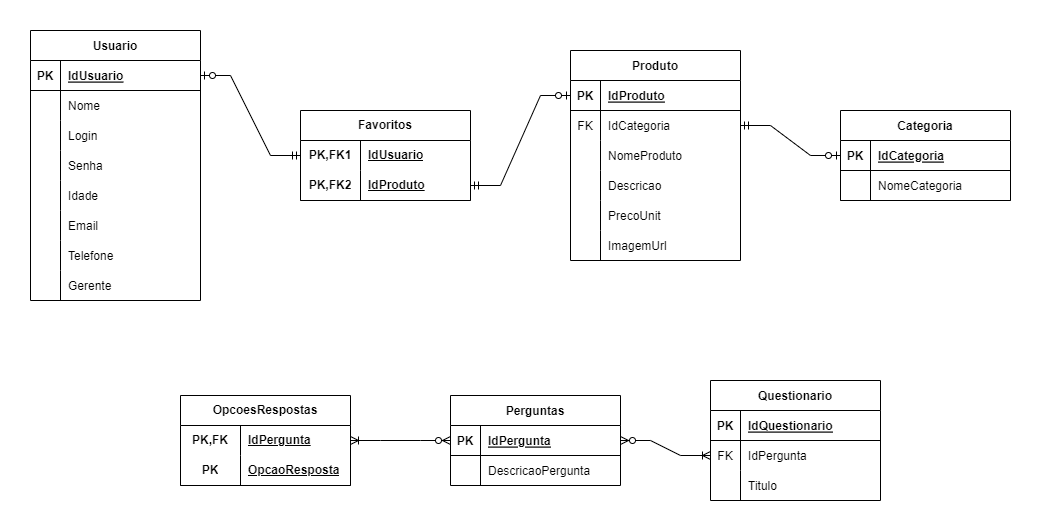
This is docs/img/projeto-base-de-dados.png from ICEI-PUC-Minas-PMV-ADS/pmv-ads-2023-1-e2-proj-int-t1-time2-aro, a draw.io export, as it was before one commit. Source tidied: cells renumbered, new cells last; positions are measured from the earlier drawing's top-left corner, leaving out a move shared by most shapes.
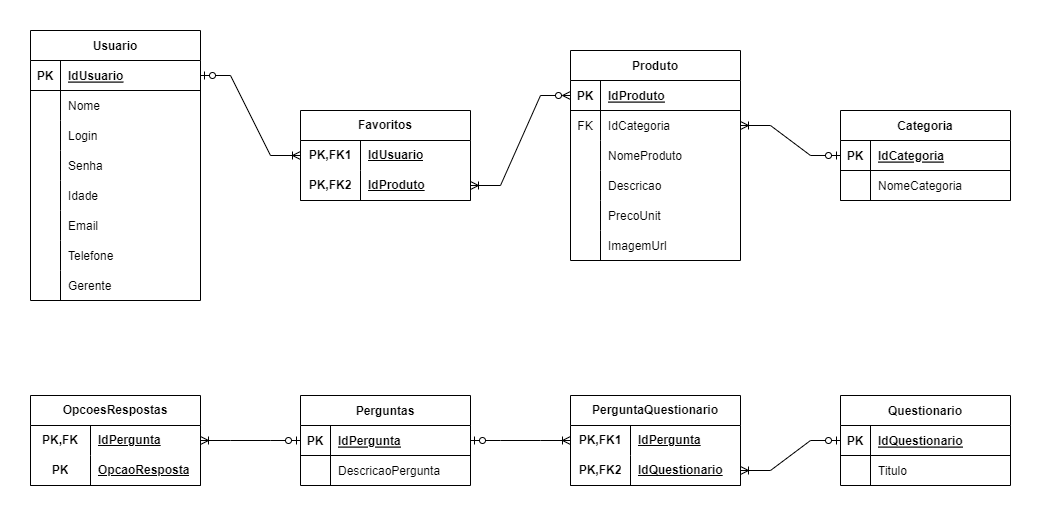
The same diagram one commit later.

Commit message:
ajuste nos diagramas da base de dados

Diff of the diagram source:
```diff
@@ -3,7 +3,7 @@
     <mxCell id="0" />
     <mxCell id="1" parent="0" />
     <mxCell id="2" value="Questionario" style="shape=table;startSize=30;rowLines=0;fontStyle=1;align=center;" parent="1" vertex="1">
-      <mxGeometry x="680" y="350" width="170" height="120" as="geometry" />
+      <mxGeometry x="810" y="365" width="170" height="90" as="geometry" />
     </mxCell>
     <mxCell id="3" style="shape=partialRectangle;fillColor=none;points=[[0,0.5],[1,0.5]];portConstraint=eastwest;top=0;left=0;right=0;bottom=1;" parent="2" vertex="1">
       <mxGeometry y="30" width="170" height="30" as="geometry" />
@@ -14,17 +14,8 @@
     <mxCell id="5" value="IdQuestionario" style="shape=partialRectangle;overflow=hidden;fillColor=none;top=0;left=0;bottom=0;right=0;align=left;spacingLeft=6;fontStyle=5;" parent="3" vertex="1">
       <mxGeometry x="30" width="140" height="30" as="geometry" />
     </mxCell>
-    <mxCell id="6" style="shape=partialRectangle;fillColor=none;points=[[0,0.5],[1,0.5]];portConstraint=eastwest;top=0;left=0;right=0;bottom=0;" parent="2" vertex="1">
-      <mxGeometry y="60" width="170" height="30" as="geometry" />
-    </mxCell>
-    <mxCell id="7" value="FK" style="shape=partialRectangle;overflow=hidden;fillColor=none;top=0;left=0;bottom=0;right=0;" parent="6" vertex="1">
-      <mxGeometry width="30" height="30" as="geometry" />
-    </mxCell>
-    <mxCell id="8" value="IdPergunta" style="shape=partialRectangle;overflow=hidden;fillColor=none;top=0;left=0;bottom=0;right=0;align=left;spacingLeft=6;" parent="6" vertex="1">
-      <mxGeometry x="30" width="140" height="30" as="geometry" />
-    </mxCell>
     <mxCell id="9" style="shape=partialRectangle;fillColor=none;top=0;left=0;right=0;bottom=0;" parent="2" vertex="1">
-      <mxGeometry y="90" width="170" height="30" as="geometry" />
+      <mxGeometry y="60" width="170" height="30" as="geometry" />
     </mxCell>
     <mxCell id="10" style="shape=partialRectangle;overflow=hidden;fillColor=none;top=0;left=0;bottom=0;right=0;" parent="9" vertex="1">
       <mxGeometry width="30" height="30" as="geometry" />
@@ -33,7 +24,7 @@
       <mxGeometry x="30" width="140" height="30" as="geometry" />
     </mxCell>
     <mxCell id="12" value="Perguntas" style="shape=table;startSize=30;rowLines=0;fontStyle=1;align=center;" parent="1" vertex="1">
-      <mxGeometry x="420" y="365" width="170" height="90" as="geometry" />
+      <mxGeometry x="270" y="365" width="170" height="90" as="geometry" />
     </mxCell>
     <mxCell id="13" style="shape=partialRectangle;fillColor=none;points=[[0,0.5],[1,0.5]];portConstraint=eastwest;top=0;left=0;right=0;bottom=1;" parent="12" vertex="1">
       <mxGeometry y="30" width="170" height="30" as="geometry" />
@@ -228,7 +219,7 @@
       <mxGeometry x="60" width="110" height="30" as="geometry" />
     </mxCell>
     <mxCell id="77" value="OpcoesRespostas" style="shape=table;startSize=30;rowLines=0;fontStyle=1;align=center;html=1;whiteSpace=wrap;" parent="1" vertex="1">
-      <mxGeometry x="150" y="365" width="170" height="90" as="geometry" />
+      <mxGeometry y="365" width="170" height="90" as="geometry" />
     </mxCell>
     <mxCell id="78" style="shape=tableRow;horizontal=0;startSize=0;swimlaneHead=0;swimlaneBody=0;fillColor=none;points=[[0,0.5],[1,0.5]];portConstraint=eastwest;top=0;left=0;right=0;bottom=0;html=1;" parent="77" vertex="1">
       <mxGeometry y="30" width="170" height="30" as="geometry" />
@@ -248,20 +239,44 @@
     <mxCell id="83" value="OpcaoResposta" style="shape=partialRectangle;fillColor=none;top=0;left=0;bottom=0;right=0;align=left;spacingLeft=6;fontStyle=5;overflow=hidden;html=1;whiteSpace=wrap;" parent="81" vertex="1">
       <mxGeometry x="60" width="110" height="30" as="geometry" />
     </mxCell>
-    <mxCell id="84" style="edgeStyle=entityRelationEdgeStyle;fontSize=12;html=1;endArrow=ERmandOne;startArrow=ERzeroToOne;rounded=0;startFill=0;endFill=0;entryX=0;entryY=0.5;entryDx=0;entryDy=0;exitX=1;exitY=0.5;exitDx=0;exitDy=0;" parent="1" edge="1" source="20" target="71">
+    <mxCell id="84" style="edgeStyle=entityRelationEdgeStyle;fontSize=12;html=1;endArrow=ERoneToMany;startArrow=ERzeroToOne;rounded=0;startFill=0;endFill=0;entryX=0;entryY=0.5;entryDx=0;entryDy=0;exitX=1;exitY=0.5;exitDx=0;exitDy=0;" parent="1" edge="1" source="20" target="71">
       <mxGeometry relative="1" as="geometry" />
     </mxCell>
-    <mxCell id="85" style="edgeStyle=entityRelationEdgeStyle;fontSize=12;html=1;endArrow=ERmandOne;startArrow=ERzeroToOne;rounded=0;startFill=0;endFill=0;entryX=1;entryY=0.5;entryDx=0;entryDy=0;exitX=0;exitY=0.5;exitDx=0;exitDy=0;" parent="1" edge="1" source="45" target="74">
+    <mxCell id="85" style="edgeStyle=entityRelationEdgeStyle;fontSize=12;html=1;endArrow=ERoneToMany;startArrow=ERzeroToMany;rounded=0;startFill=0;endFill=0;entryX=1;entryY=0.5;entryDx=0;entryDy=0;exitX=0;exitY=0.5;exitDx=0;exitDy=0;" parent="1" edge="1" source="45" target="74">
       <mxGeometry relative="1" as="geometry" />
     </mxCell>
-    <mxCell id="86" style="edgeStyle=entityRelationEdgeStyle;fontSize=12;html=1;endArrow=ERmandOne;startArrow=ERzeroToOne;rounded=0;startFill=0;endFill=0;entryX=1;entryY=0.5;entryDx=0;entryDy=0;exitX=0;exitY=0.5;exitDx=0;exitDy=0;" parent="1" edge="1" source="64" target="48">
+    <mxCell id="86" style="edgeStyle=entityRelationEdgeStyle;fontSize=12;html=1;endArrow=ERoneToMany;startArrow=ERzeroToOne;rounded=0;startFill=0;endFill=0;entryX=1;entryY=0.5;entryDx=0;entryDy=0;exitX=0;exitY=0.5;exitDx=0;exitDy=0;" parent="1" edge="1" source="64" target="48">
       <mxGeometry relative="1" as="geometry" />
     </mxCell>
-    <mxCell id="87" style="edgeStyle=entityRelationEdgeStyle;fontSize=12;html=1;endArrow=ERoneToMany;startArrow=ERzeroToMany;rounded=0;exitX=1;exitY=0.5;exitDx=0;exitDy=0;entryX=0;entryY=0.5;entryDx=0;entryDy=0;" parent="1" edge="1" source="13" target="6">
+    <mxCell id="87" style="edgeStyle=entityRelationEdgeStyle;fontSize=12;html=1;endArrow=ERoneToMany;startArrow=ERzeroToOne;rounded=0;exitX=1;exitY=0.5;exitDx=0;exitDy=0;entryX=0;entryY=0.5;entryDx=0;entryDy=0;startFill=0;" parent="1" edge="1" source="13" target="90">
       <mxGeometry relative="1" as="geometry" />
     </mxCell>
-    <mxCell id="88" style="edgeStyle=entityRelationEdgeStyle;fontSize=12;html=1;endArrow=ERoneToMany;startArrow=ERzeroToMany;rounded=0;exitX=0;exitY=0.5;exitDx=0;exitDy=0;entryX=1;entryY=0.5;entryDx=0;entryDy=0;" parent="1" edge="1" source="13" target="78">
+    <mxCell id="88" style="edgeStyle=entityRelationEdgeStyle;fontSize=12;html=1;endArrow=ERoneToMany;startArrow=ERzeroToOne;rounded=0;exitX=0;exitY=0.5;exitDx=0;exitDy=0;entryX=1;entryY=0.5;entryDx=0;entryDy=0;startFill=0;" parent="1" edge="1" source="13" target="78">
       <mxGeometry relative="1" as="geometry" />
     </mxCell>
+    <mxCell id="89" value="PerguntaQuestionario" style="shape=table;startSize=30;rowLines=0;fontStyle=1;align=center;html=1;whiteSpace=wrap;" parent="1" vertex="1">
+      <mxGeometry x="540" y="365" width="170" height="90" as="geometry" />
+    </mxCell>
+    <mxCell id="90" style="shape=tableRow;horizontal=0;startSize=0;swimlaneHead=0;swimlaneBody=0;fillColor=none;points=[[0,0.5],[1,0.5]];portConstraint=eastwest;top=0;left=0;right=0;bottom=0;html=1;" parent="89" vertex="1">
+      <mxGeometry y="30" width="170" height="30" as="geometry" />
+    </mxCell>
+    <mxCell id="91" value="PK,FK1" style="shape=partialRectangle;fillColor=none;top=0;left=0;bottom=0;right=0;fontStyle=1;overflow=hidden;html=1;whiteSpace=wrap;" parent="90" vertex="1">
+      <mxGeometry width="60" height="30" as="geometry" />
+    </mxCell>
+    <mxCell id="8" value="IdPergunta" style="shape=partialRectangle;fillColor=none;top=0;left=0;bottom=0;right=0;align=left;spacingLeft=6;fontStyle=5;overflow=hidden;html=1;whiteSpace=wrap;" parent="90" vertex="1">
+      <mxGeometry x="60" width="110" height="30" as="geometry" />
+    </mxCell>
+    <mxCell id="92" style="shape=tableRow;horizontal=0;startSize=0;swimlaneHead=0;swimlaneBody=0;fillColor=none;points=[[0,0.5],[1,0.5]];portConstraint=eastwest;top=0;left=0;right=0;bottom=1;html=1;" parent="89" vertex="1">
+      <mxGeometry y="60" width="170" height="30" as="geometry" />
+    </mxCell>
+    <mxCell id="93" value="PK,FK2" style="shape=partialRectangle;fillColor=none;top=0;left=0;bottom=0;right=0;fontStyle=1;overflow=hidden;html=1;whiteSpace=wrap;" parent="92" vertex="1">
+      <mxGeometry width="60" height="30" as="geometry" />
+    </mxCell>
+    <mxCell id="94" value="IdQuestionario" style="shape=partialRectangle;fillColor=none;top=0;left=0;bottom=0;right=0;align=left;spacingLeft=6;fontStyle=5;overflow=hidden;html=1;whiteSpace=wrap;" parent="92" vertex="1">
+      <mxGeometry x="60" width="110" height="30" as="geometry" />
+    </mxCell>
+    <mxCell id="95" style="edgeStyle=entityRelationEdgeStyle;fontSize=12;html=1;endArrow=ERoneToMany;startArrow=ERzeroToOne;rounded=0;exitX=0;exitY=0.5;exitDx=0;exitDy=0;entryX=1;entryY=0.5;entryDx=0;entryDy=0;startFill=0;" parent="1" edge="1" source="3" target="92">
+      <mxGeometry relative="1" as="geometry" />
+    </mxCell>
   </root>
 </mxGraphModel>
```
